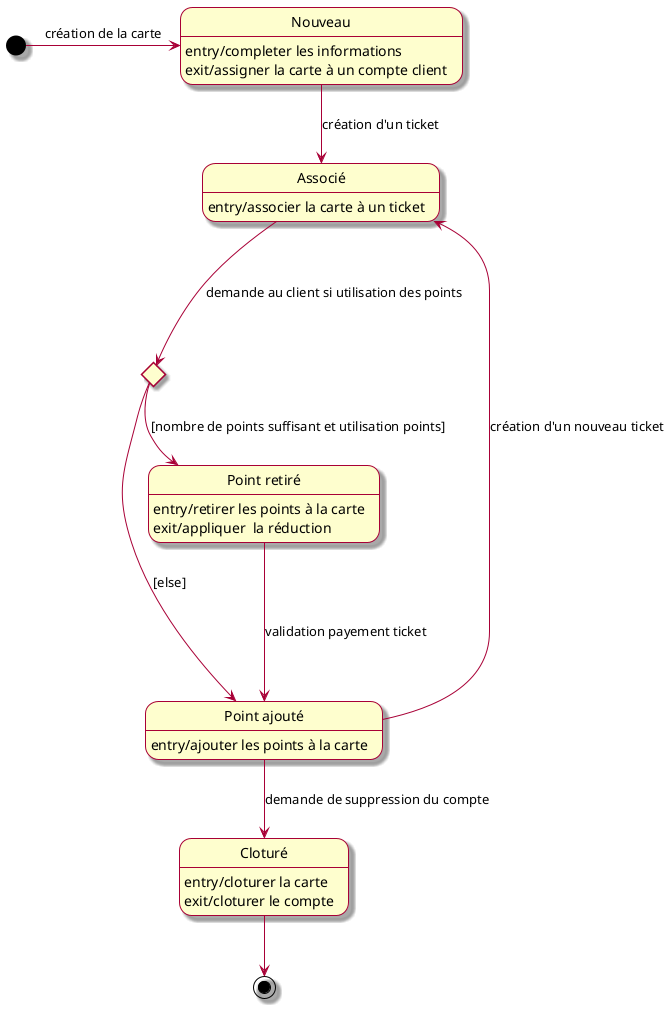
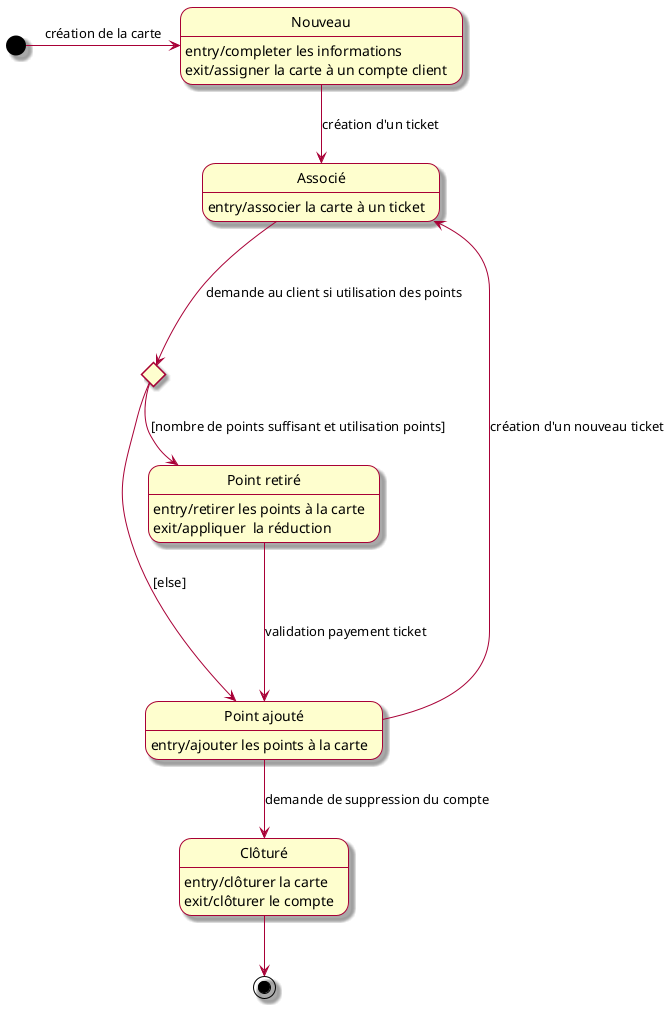
@startuml
skin rose
state choice <<choice>>

state "Nouveau" as nouv
nouv: entry/completer les informations
nouv: exit/assigner la carte à un compte client

state "Associé" as asso
asso: entry/associer la carte à un ticket

state "Point ajouté" as ptajout
ptajout: entry/ajouter les points à la carte

state "Point retiré" as ptret
ptret: entry/retirer les points à la carte
ptret: exit/appliquer  la réduction

- state "Cloturé" as clot
- clot: entry/cloturer la carte
- clot: exit/cloturer le compte
+ state "Clôturé" as clot
+ clot: entry/clôturer la carte
+ clot: exit/clôturer le compte

[*] -right-> nouv :création de la carte
nouv --> asso :création d'un ticket

asso ---> choice :demande au client si utilisation des points
choice --> ptret :[nombre de points suffisant et utilisation points]
choice --> ptajout :[else]
ptret ---> ptajout :validation payement ticket

ptajout --> asso :création d'un nouveau ticket
ptajout --> clot :demande de suppression du compte
clot --> [*]
@enduml
